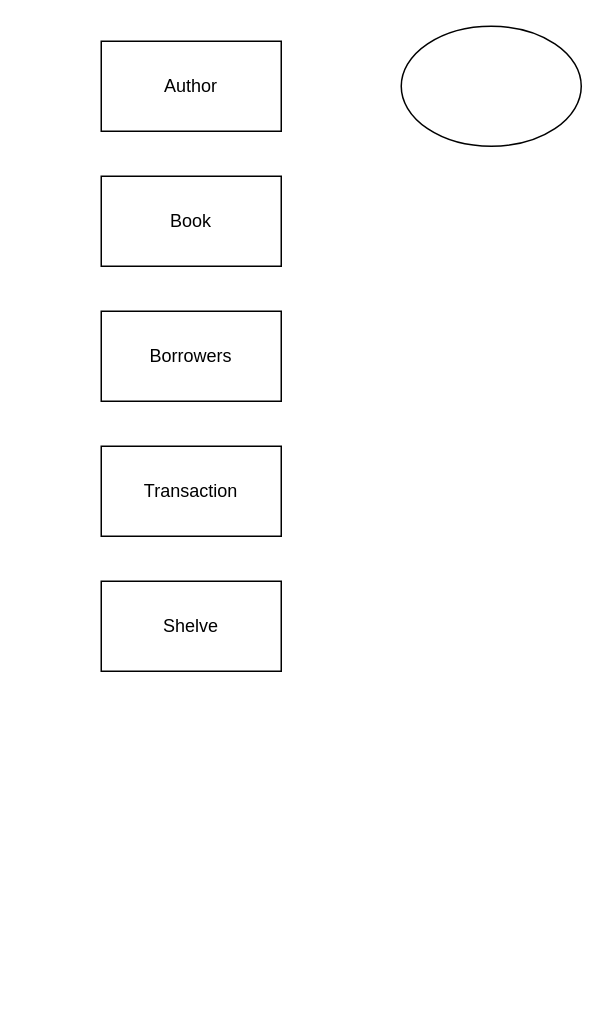
Before: Library Repository.drawio in kyriandev3/database-design, a draw.io diagram. Source tidied: cells renumbered, new cells numbered last; positions are measured from the earlier drawing's top-left corner, leaving out a move shared by most shapes. Both pictures are drawn from the tidied source at 150%, with x=0, y=0 at pixel (100, 26).
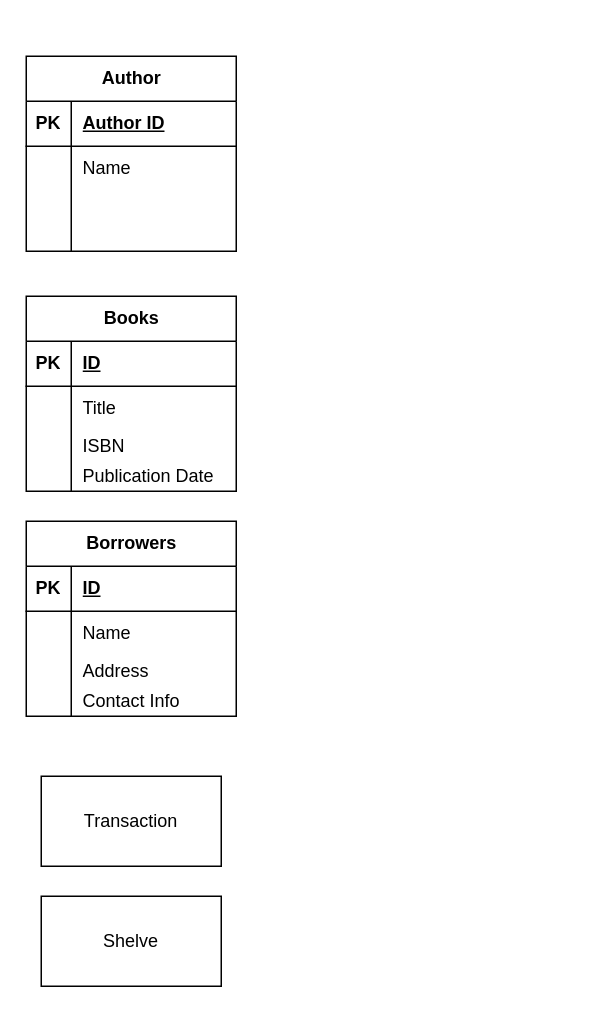
After the change.

Commit message:
Updated entities as tables for the Library Repository.drawio

The edit, as a diff of the source:
```diff
@@
-    <mxCell id="2" value="Book" style="rounded=0;whiteSpace=wrap;html=1;" parent="1" vertex="1">
-      <mxGeometry y="100" width="120" height="60" as="geometry" />
-    </mxCell>
-    <mxCell id="3" value="Author" style="rounded=0;whiteSpace=wrap;html=1;" parent="1" vertex="1">
-      <mxGeometry y="10" width="120" height="60" as="geometry" />
+    <mxCell id="3" value="Author" style="shape=table;startSize=30;childLayout=tableLayout;rowLines=0;fontStyle=1;align=center;html=1;" parent="1" vertex="1">
+      <mxGeometry x="-50" y="20" width="140" height="130" as="geometry" />
     </mxCell>
+    <mxCell id="8" style="shape=tableRow;horizontal=0;startSize=0;swimlaneHead=0;swimlaneBody=0;fillColor=none;top=0;left=0;right=0;bottom=1;" parent="3" vertex="1">
+      <mxGeometry y="30" width="140" height="30" as="geometry" />
+    </mxCell>
+    <mxCell id="9" value="PK" style="shape=partialRectangle;fillColor=none;top=0;left=0;bottom=0;right=0;fontStyle=1;overflow=hidden;whiteSpace=wrap;html=1;" parent="8" vertex="1">
+      <mxGeometry width="30" height="30" as="geometry" />
+    </mxCell>
+    <mxCell id="10" value="Author ID" style="shape=partialRectangle;fillColor=none;top=0;left=0;bottom=0;right=0;align=left;spacingLeft=6;fontStyle=5;overflow=hidden;whiteSpace=wrap;html=1;" parent="8" vertex="1">
+      <mxGeometry x="30" width="110" height="30" as="geometry" />
+    </mxCell>
+    <mxCell id="11" style="shape=tableRow;horizontal=0;startSize=0;swimlaneHead=0;swimlaneBody=0;fillColor=none;top=0;left=0;right=0;bottom=0;" parent="3" vertex="1">
+      <mxGeometry y="60" width="140" height="30" as="geometry" />
+    </mxCell>
+    <mxCell id="12" style="shape=partialRectangle;fillColor=none;top=0;left=0;bottom=0;right=0;overflow=hidden;whiteSpace=wrap;html=1;" parent="11" vertex="1">
+      <mxGeometry width="30" height="30" as="geometry" />
+    </mxCell>
+    <mxCell id="13" value="Name" style="shape=partialRectangle;fillColor=none;top=0;left=0;bottom=0;right=0;align=left;spacingLeft=6;overflow=hidden;whiteSpace=wrap;html=1;" parent="11" vertex="1">
+      <mxGeometry x="30" width="110" height="30" as="geometry" />
+    </mxCell>
+    <mxCell id="14" style="shape=tableRow;horizontal=0;startSize=0;swimlaneHead=0;swimlaneBody=0;fillColor=none;top=0;left=0;right=0;bottom=0;" parent="3" vertex="1">
+      <mxGeometry y="90" width="140" height="20" as="geometry" />
+    </mxCell>
+    <mxCell id="15" style="shape=partialRectangle;fillColor=none;top=0;left=0;bottom=0;right=0;overflow=hidden;whiteSpace=wrap;html=1;" parent="14" vertex="1">
+      <mxGeometry width="30" height="20" as="geometry" />
+    </mxCell>
+    <mxCell id="16" style="shape=partialRectangle;fillColor=none;top=0;left=0;bottom=0;right=0;align=left;spacingLeft=6;overflow=hidden;whiteSpace=wrap;html=1;" parent="14" vertex="1">
+      <mxGeometry x="30" width="110" height="20" as="geometry" />
+    </mxCell>
+    <mxCell id="17" style="shape=tableRow;horizontal=0;startSize=0;swimlaneHead=0;swimlaneBody=0;fillColor=none;top=0;left=0;right=0;bottom=0;" parent="3" vertex="1">
+      <mxGeometry y="110" width="140" height="20" as="geometry" />
+    </mxCell>
+    <mxCell id="18" style="shape=partialRectangle;fillColor=none;top=0;left=0;bottom=0;right=0;overflow=hidden;whiteSpace=wrap;html=1;" parent="17" vertex="1">
+      <mxGeometry width="30" height="20" as="geometry" />
+    </mxCell>
+    <mxCell id="19" style="shape=partialRectangle;fillColor=none;top=0;left=0;bottom=0;right=0;align=left;spacingLeft=6;overflow=hidden;whiteSpace=wrap;html=1;" parent="17" vertex="1">
+      <mxGeometry x="30" width="110" height="20" as="geometry" />
+    </mxCell>
+    <mxCell id="20" value="Books" style="shape=table;startSize=30;childLayout=tableLayout;rowLines=0;fontStyle=1;align=center;html=1;" parent="1" vertex="1">
+      <mxGeometry x="-50" y="180" width="140" height="130" as="geometry" />
+    </mxCell>
+    <mxCell id="21" style="shape=tableRow;horizontal=0;startSize=0;swimlaneHead=0;swimlaneBody=0;fillColor=none;top=0;left=0;right=0;bottom=1;" parent="20" vertex="1">
+      <mxGeometry y="30" width="140" height="30" as="geometry" />
+    </mxCell>
+    <mxCell id="22" value="PK" style="shape=partialRectangle;fillColor=none;top=0;left=0;bottom=0;right=0;fontStyle=1;overflow=hidden;whiteSpace=wrap;html=1;" parent="21" vertex="1">
+      <mxGeometry width="30" height="30" as="geometry" />
+    </mxCell>
+    <mxCell id="23" value="ID&lt;span style=&quot;white-space: pre;&quot;&gt;&#9;&lt;/span&gt;" style="shape=partialRectangle;fillColor=none;top=0;left=0;bottom=0;right=0;align=left;spacingLeft=6;fontStyle=5;overflow=hidden;whiteSpace=wrap;html=1;" parent="21" vertex="1">
+      <mxGeometry x="30" width="110" height="30" as="geometry" />
+    </mxCell>
+    <mxCell id="24" style="shape=tableRow;horizontal=0;startSize=0;swimlaneHead=0;swimlaneBody=0;fillColor=none;top=0;left=0;right=0;bottom=0;" parent="20" vertex="1">
+      <mxGeometry y="60" width="140" height="30" as="geometry" />
+    </mxCell>
+    <mxCell id="25" style="shape=partialRectangle;fillColor=none;top=0;left=0;bottom=0;right=0;overflow=hidden;whiteSpace=wrap;html=1;" parent="24" vertex="1">
+      <mxGeometry width="30" height="30" as="geometry" />
+    </mxCell>
+    <mxCell id="26" value="Title" style="shape=partialRectangle;fillColor=none;top=0;left=0;bottom=0;right=0;align=left;spacingLeft=6;overflow=hidden;whiteSpace=wrap;html=1;" parent="24" vertex="1">
+      <mxGeometry x="30" width="110" height="30" as="geometry" />
+    </mxCell>
+    <mxCell id="27" style="shape=tableRow;horizontal=0;startSize=0;swimlaneHead=0;swimlaneBody=0;fillColor=none;top=0;left=0;right=0;bottom=0;" parent="20" vertex="1">
+      <mxGeometry y="90" width="140" height="20" as="geometry" />
+    </mxCell>
+    <mxCell id="28" style="shape=partialRectangle;fillColor=none;top=0;left=0;bottom=0;right=0;overflow=hidden;whiteSpace=wrap;html=1;" parent="27" vertex="1">
+      <mxGeometry width="30" height="20" as="geometry" />
+    </mxCell>
+    <mxCell id="29" value="ISBN" style="shape=partialRectangle;fillColor=none;top=0;left=0;bottom=0;right=0;align=left;spacingLeft=6;overflow=hidden;whiteSpace=wrap;html=1;" parent="27" vertex="1">
+      <mxGeometry x="30" width="110" height="20" as="geometry" />
+    </mxCell>
+    <mxCell id="30" style="shape=tableRow;horizontal=0;startSize=0;swimlaneHead=0;swimlaneBody=0;fillColor=none;top=0;left=0;right=0;bottom=0;" parent="20" vertex="1">
+      <mxGeometry y="110" width="140" height="20" as="geometry" />
+    </mxCell>
+    <mxCell id="31" style="shape=partialRectangle;fillColor=none;top=0;left=0;bottom=0;right=0;overflow=hidden;whiteSpace=wrap;html=1;" parent="30" vertex="1">
+      <mxGeometry width="30" height="20" as="geometry" />
+    </mxCell>
+    <mxCell id="32" value="Publication Date" style="shape=partialRectangle;fillColor=none;top=0;left=0;bottom=0;right=0;align=left;spacingLeft=6;overflow=hidden;whiteSpace=wrap;html=1;" parent="30" vertex="1">
+      <mxGeometry x="30" width="110" height="20" as="geometry" />
+    </mxCell>
-    <mxCell id="4" value="Borrowers" style="rounded=0;whiteSpace=wrap;html=1;" parent="1" vertex="1">
-      <mxGeometry y="190" width="120" height="60" as="geometry" />
+    <mxCell id="4" value="Borrowers" style="shape=table;startSize=30;childLayout=tableLayout;rowLines=0;fontStyle=1;align=center;html=1;" parent="1" vertex="1">
+      <mxGeometry x="-50" y="330" width="140" height="130" as="geometry" />
     </mxCell>
+    <mxCell id="33" style="shape=tableRow;horizontal=0;startSize=0;swimlaneHead=0;swimlaneBody=0;fillColor=none;top=0;left=0;right=0;bottom=1;" parent="4" vertex="1">
+      <mxGeometry y="30" width="140" height="30" as="geometry" />
+    </mxCell>
+    <mxCell id="34" value="PK" style="shape=partialRectangle;fillColor=none;top=0;left=0;bottom=0;right=0;fontStyle=1;overflow=hidden;whiteSpace=wrap;html=1;" parent="33" vertex="1">
+      <mxGeometry width="30" height="30" as="geometry" />
+    </mxCell>
+    <mxCell id="35" value="ID&lt;span style=&quot;white-space: pre;&quot;&gt;&#9;&lt;/span&gt;" style="shape=partialRectangle;fillColor=none;top=0;left=0;bottom=0;right=0;align=left;spacingLeft=6;fontStyle=5;overflow=hidden;whiteSpace=wrap;html=1;" parent="33" vertex="1">
+      <mxGeometry x="30" width="110" height="30" as="geometry" />
+    </mxCell>
+    <mxCell id="36" style="shape=tableRow;horizontal=0;startSize=0;swimlaneHead=0;swimlaneBody=0;fillColor=none;top=0;left=0;right=0;bottom=0;" parent="4" vertex="1">
+      <mxGeometry y="60" width="140" height="30" as="geometry" />
+    </mxCell>
+    <mxCell id="37" style="shape=partialRectangle;fillColor=none;top=0;left=0;bottom=0;right=0;overflow=hidden;whiteSpace=wrap;html=1;" parent="36" vertex="1">
+      <mxGeometry width="30" height="30" as="geometry" />
+    </mxCell>
+    <mxCell id="38" value="Name" style="shape=partialRectangle;fillColor=none;top=0;left=0;bottom=0;right=0;align=left;spacingLeft=6;overflow=hidden;whiteSpace=wrap;html=1;" parent="36" vertex="1">
+      <mxGeometry x="30" width="110" height="30" as="geometry" />
+    </mxCell>
+    <mxCell id="39" style="shape=tableRow;horizontal=0;startSize=0;swimlaneHead=0;swimlaneBody=0;fillColor=none;top=0;left=0;right=0;bottom=0;" parent="4" vertex="1">
+      <mxGeometry y="90" width="140" height="20" as="geometry" />
+    </mxCell>
+    <mxCell id="40" style="shape=partialRectangle;fillColor=none;top=0;left=0;bottom=0;right=0;overflow=hidden;whiteSpace=wrap;html=1;" parent="39" vertex="1">
+      <mxGeometry width="30" height="20" as="geometry" />
+    </mxCell>
+    <mxCell id="41" value="Address" style="shape=partialRectangle;fillColor=none;top=0;left=0;bottom=0;right=0;align=left;spacingLeft=6;overflow=hidden;whiteSpace=wrap;html=1;" parent="39" vertex="1">
+      <mxGeometry x="30" width="110" height="20" as="geometry" />
+    </mxCell>
+    <mxCell id="42" style="shape=tableRow;horizontal=0;startSize=0;swimlaneHead=0;swimlaneBody=0;fillColor=none;top=0;left=0;right=0;bottom=0;" parent="4" vertex="1">
+      <mxGeometry y="110" width="140" height="20" as="geometry" />
+    </mxCell>
+    <mxCell id="43" style="shape=partialRectangle;fillColor=none;top=0;left=0;bottom=0;right=0;overflow=hidden;whiteSpace=wrap;html=1;" parent="42" vertex="1">
+      <mxGeometry width="30" height="20" as="geometry" />
+    </mxCell>
+    <mxCell id="44" value="Contact Info" style="shape=partialRectangle;fillColor=none;top=0;left=0;bottom=0;right=0;align=left;spacingLeft=6;overflow=hidden;whiteSpace=wrap;html=1;" parent="42" vertex="1">
+      <mxGeometry x="30" width="110" height="20" as="geometry" />
+    </mxCell>
     <mxCell id="5" value="Transaction" style="rounded=0;whiteSpace=wrap;html=1;" parent="1" vertex="1">
-      <mxGeometry y="280" width="120" height="60" as="geometry" />
+      <mxGeometry x="-40" y="500" width="120" height="60" as="geometry" />
     </mxCell>
     <mxCell id="6" value="Shelve" style="rounded=0;whiteSpace=wrap;html=1;" parent="1" vertex="1">
-      <mxGeometry y="370" width="120" height="60" as="geometry" />
+      <mxGeometry x="-40" y="580" width="120" height="60" as="geometry" />
     </mxCell>
-    <mxCell id="7" style="ellipse;whiteSpace=wrap;html=1;" parent="1" vertex="1">
-      <mxGeometry x="200" width="120" height="80" as="geometry" />
-    </mxCell>
```
